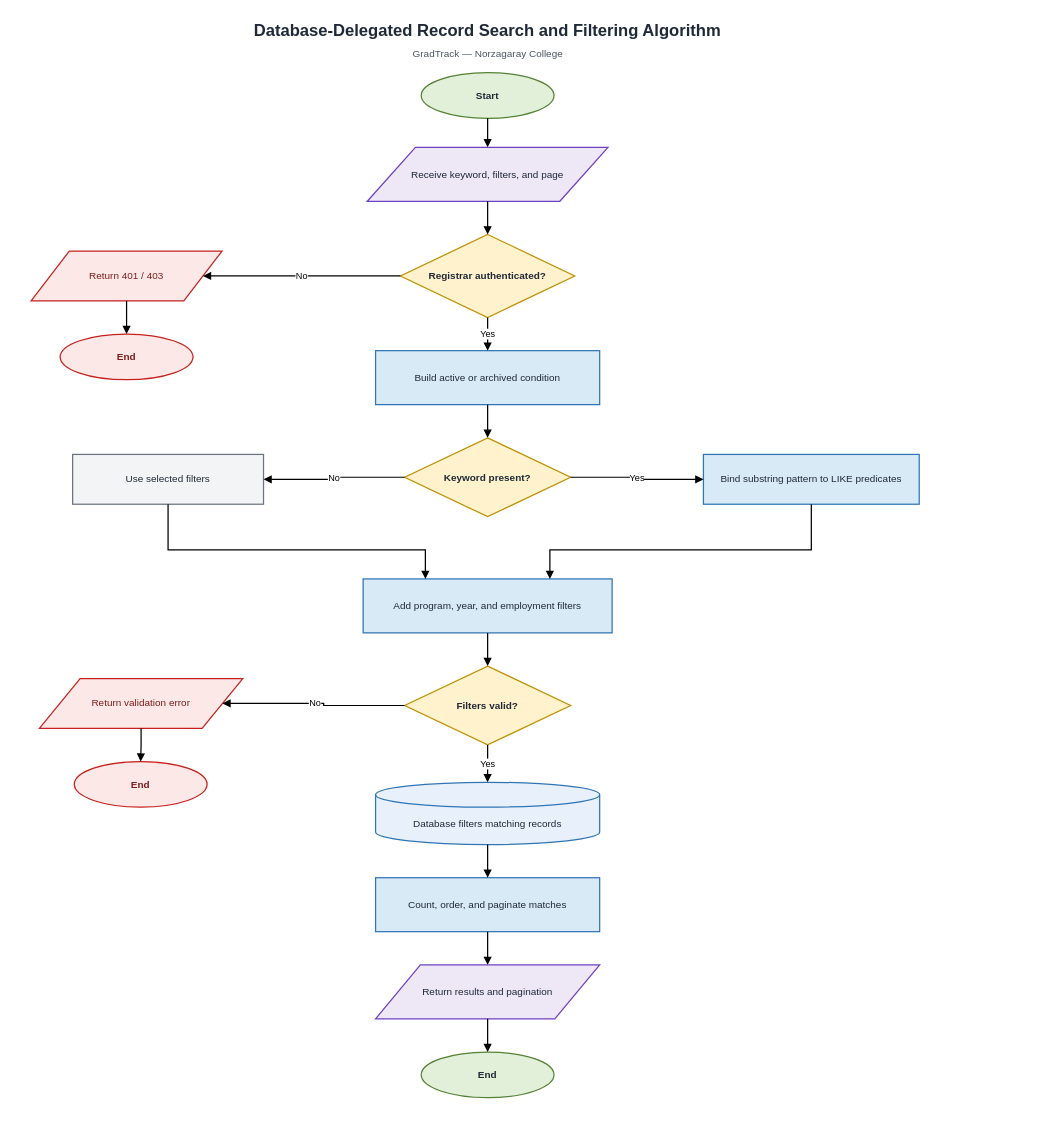
Above: page "02 - Linear Search" (2 of 9) of docs/flowcharts/GradTrack_System_Algorithms.drawio in Dzp4ul/GradTrack (draw.io), before the change. Source tidied: cells renumbered, new cells numbered last; positions are measured from the earlier drawing's top-left corner, leaving out a move shared by most shapes. Both pictures are drawn from the tidied source at 83%, with x=0, y=0 at pixel (31, 14).
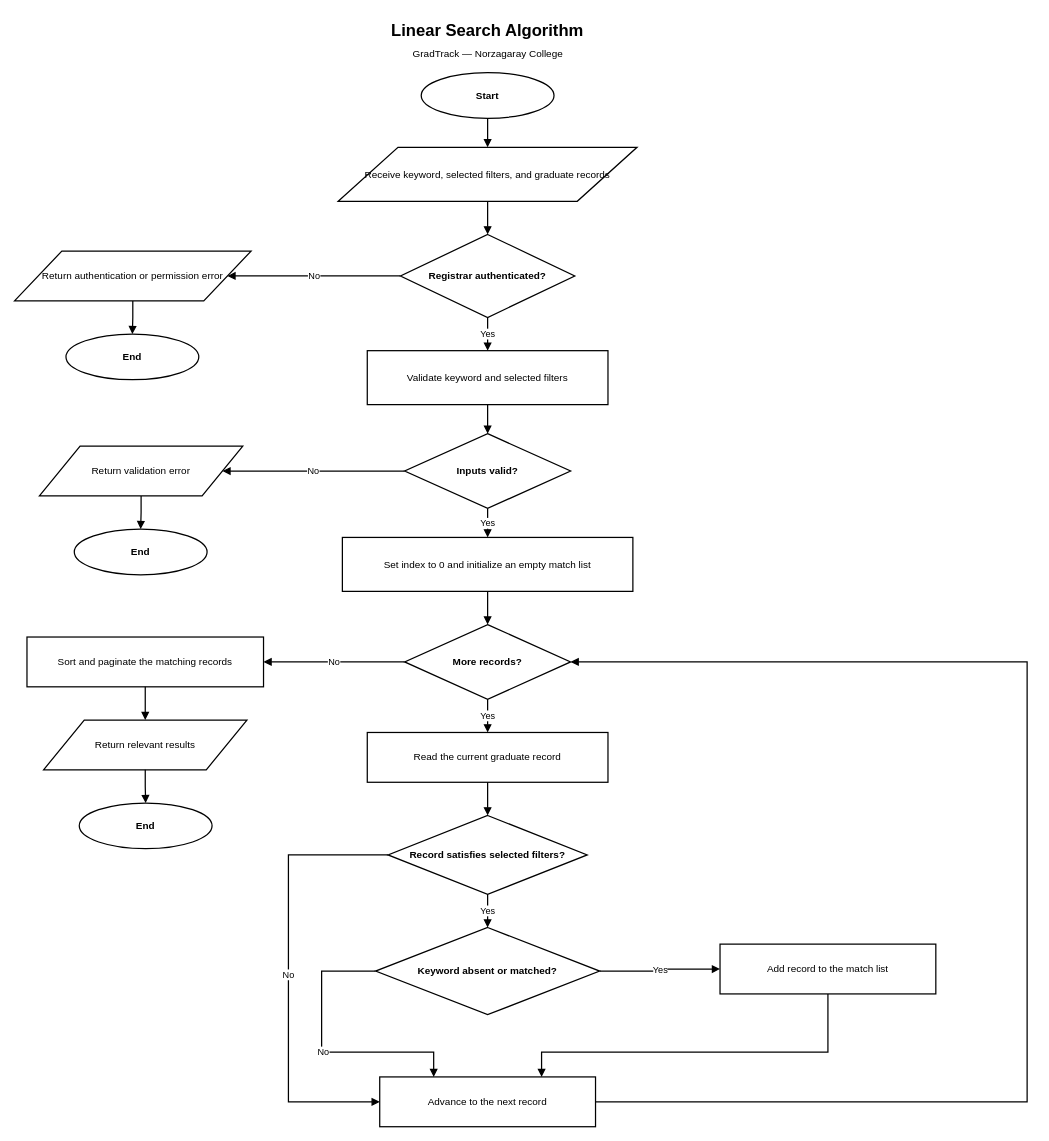
After the change.

The edit, as a diff of the source:
```diff
@@
-    <mxCell id="2" value="Database-Delegated Record Search and Filtering Algorithm" style="text;html=1;align=center;verticalAlign=middle;whiteSpace=wrap;fontFamily=Arial;fontSize=20;fontStyle=1;fontColor=#1F2937;" parent="1" vertex="1">
+    <mxCell id="2" value="Linear Search Algorithm" style="text;html=1;align=center;verticalAlign=middle;whiteSpace=wrap;fontFamily=Arial;fontSize=20;fontStyle=1;fontColor=#000000;" parent="1" vertex="1">
       <mxGeometry width="1100" height="35" as="geometry" />
     </mxCell>
-    <mxCell id="3" value="GradTrack — Norzagaray College" style="text;html=1;align=center;verticalAlign=middle;fontFamily=Arial;fontSize=12;fontColor=#4B5563;" parent="1" vertex="1">
+    <mxCell id="3" value="GradTrack — Norzagaray College" style="text;html=1;align=center;verticalAlign=middle;fontFamily=Arial;fontSize=12;fontColor=#000000;" parent="1" vertex="1">
       <mxGeometry x="350" y="35" width="400" height="25" as="geometry" />
     </mxCell>
-    <mxCell id="4" value="Start" style="ellipse;whiteSpace=wrap;html=1;fillColor=#E2F0D9;strokeColor=#548235;strokeWidth=1.5;fontFamily=Arial;fontSize=12;fontStyle=1;fontColor=#1F2937;" parent="1" vertex="1">
+    <mxCell id="4" value="Start" style="ellipse;whiteSpace=wrap;html=1;fillColor=#FFFFFF;strokeColor=#000000;strokeWidth=1.5;fontFamily=Arial;fontSize=12;fontStyle=1;fontColor=#000000;" parent="1" vertex="1">
       <mxGeometry x="470" y="70" width="160" height="55" as="geometry" />
     </mxCell>
-    <mxCell id="5" value="Receive keyword, filters, and page" style="shape=parallelogram;perimeter=parallelogramPerimeter;whiteSpace=wrap;html=1;fillColor=#EDE7F6;strokeColor=#6F42C1;strokeWidth=1.5;fontFamily=Arial;fontSize=12;fontColor=#1F2937;" parent="1" vertex="1">
-      <mxGeometry x="405" y="160" width="290" height="65" as="geometry" />
+    <mxCell id="5" value="Receive keyword, selected filters, and graduate records" style="shape=parallelogram;perimeter=parallelogramPerimeter;whiteSpace=wrap;html=1;fillColor=#FFFFFF;strokeColor=#000000;strokeWidth=1.5;fontFamily=Arial;fontSize=12;fontColor=#000000;" parent="1" vertex="1">
+      <mxGeometry x="370" y="160" width="360" height="65" as="geometry" />
     </mxCell>
-    <mxCell id="6" value="Registrar authenticated?" style="rhombus;whiteSpace=wrap;html=1;fillColor=#FFF2CC;strokeColor=#BF9000;strokeWidth=1.5;fontFamily=Arial;fontSize=12;fontStyle=1;fontColor=#1F2937;" parent="1" vertex="1">
+    <mxCell id="6" value="Registrar authenticated?" style="rhombus;whiteSpace=wrap;html=1;fillColor=#FFFFFF;strokeColor=#000000;strokeWidth=1.5;fontFamily=Arial;fontSize=12;fontStyle=1;fontColor=#000000;" parent="1" vertex="1">
       <mxGeometry x="445" y="265" width="210" height="100" as="geometry" />
     </mxCell>
-    <mxCell id="7" value="Return 401 / 403" style="shape=parallelogram;perimeter=parallelogramPerimeter;whiteSpace=wrap;html=1;fillColor=#FCE8E6;strokeColor=#C5221F;strokeWidth=1.5;fontFamily=Arial;fontSize=12;fontColor=#7F1D1D;" parent="1" vertex="1">
-      <mxGeometry y="285" width="230" height="60" as="geometry" />
+    <mxCell id="7" value="Return authentication or permission error" style="shape=parallelogram;perimeter=parallelogramPerimeter;whiteSpace=wrap;html=1;fillColor=#FFFFFF;strokeColor=#000000;strokeWidth=1.5;fontFamily=Arial;fontSize=12;fontColor=#000000;" parent="1" vertex="1">
+      <mxGeometry x="-20" y="285" width="285" height="60" as="geometry" />
     </mxCell>
-    <mxCell id="8" value="End" style="ellipse;whiteSpace=wrap;html=1;fillColor=#FCE8E6;strokeColor=#C5221F;strokeWidth=1.5;fontFamily=Arial;fontSize=12;fontStyle=1;fontColor=#7F1D1D;" parent="1" vertex="1">
-      <mxGeometry x="35" y="385" width="160" height="55" as="geometry" />
+    <mxCell id="8" value="End" style="ellipse;whiteSpace=wrap;html=1;fillColor=#FFFFFF;strokeColor=#000000;strokeWidth=1.5;fontFamily=Arial;fontSize=12;fontStyle=1;fontColor=#000000;" parent="1" vertex="1">
+      <mxGeometry x="42" y="385" width="160" height="55" as="geometry" />
     </mxCell>
-    <mxCell id="9" value="Build active or archived condition" style="rounded=0;whiteSpace=wrap;html=1;fillColor=#D9EAF7;strokeColor=#2F75B5;strokeWidth=1.5;fontFamily=Arial;fontSize=12;fontColor=#1F2937;" parent="1" vertex="1">
-      <mxGeometry x="415" y="405" width="270" height="65" as="geometry" />
-    </mxCell>
-    <mxCell id="10" value="Keyword present?" style="rhombus;whiteSpace=wrap;html=1;fillColor=#FFF2CC;strokeColor=#BF9000;strokeWidth=1.5;fontFamily=Arial;fontSize=12;fontStyle=1;fontColor=#1F2937;" parent="1" vertex="1">
-      <mxGeometry x="450" y="510" width="200" height="95" as="geometry" />
-    </mxCell>
-    <mxCell id="11" value="Use selected filters" style="rounded=0;whiteSpace=wrap;html=1;fillColor=#F3F4F6;strokeColor=#6B7280;strokeWidth=1.5;fontFamily=Arial;fontSize=12;fontColor=#1F2937;" parent="1" vertex="1">
-      <mxGeometry x="50" y="530" width="230" height="60" as="geometry" />
-    </mxCell>
-    <mxCell id="12" value="Bind substring pattern to LIKE predicates" style="rounded=0;whiteSpace=wrap;html=1;fillColor=#D9EAF7;strokeColor=#2F75B5;strokeWidth=1.5;fontFamily=Arial;fontSize=12;fontColor=#1F2937;" parent="1" vertex="1">
-      <mxGeometry x="810" y="530" width="260" height="60" as="geometry" />
-    </mxCell>
-    <mxCell id="13" value="Add program, year, and employment filters" style="rounded=0;whiteSpace=wrap;html=1;fillColor=#D9EAF7;strokeColor=#2F75B5;strokeWidth=1.5;fontFamily=Arial;fontSize=12;fontColor=#1F2937;" parent="1" vertex="1">
-      <mxGeometry x="400" y="680" width="300" height="65" as="geometry" />
-    </mxCell>
+    <mxCell id="38" value="Validate keyword and selected filters" style="rounded=0;whiteSpace=wrap;html=1;fillColor=#FFFFFF;strokeColor=#000000;strokeWidth=1.5;fontFamily=Arial;fontSize=12;fontColor=#000000;" parent="1" vertex="1">
+      <mxGeometry x="405" y="405" width="290" height="65" as="geometry" />
+    </mxCell>
-    <mxCell id="14" value="Filters valid?" style="rhombus;whiteSpace=wrap;html=1;fillColor=#FFF2CC;strokeColor=#BF9000;strokeWidth=1.5;fontFamily=Arial;fontSize=12;fontStyle=1;fontColor=#1F2937;" parent="1" vertex="1">
-      <mxGeometry x="450" y="785" width="200" height="95" as="geometry" />
+    <mxCell id="14" value="Inputs valid?" style="rhombus;whiteSpace=wrap;html=1;fillColor=#FFFFFF;strokeColor=#000000;strokeWidth=1.5;fontFamily=Arial;fontSize=12;fontStyle=1;fontColor=#000000;" parent="1" vertex="1">
+      <mxGeometry x="450" y="505" width="200" height="90" as="geometry" />
     </mxCell>
-    <mxCell id="15" value="Return validation error" style="shape=parallelogram;perimeter=parallelogramPerimeter;whiteSpace=wrap;html=1;fillColor=#FCE8E6;strokeColor=#C5221F;strokeWidth=1.5;fontFamily=Arial;fontSize=12;fontColor=#7F1D1D;" parent="1" vertex="1">
-      <mxGeometry x="10" y="800" width="245" height="60" as="geometry" />
+    <mxCell id="15" value="Return validation error" style="shape=parallelogram;perimeter=parallelogramPerimeter;whiteSpace=wrap;html=1;fillColor=#FFFFFF;strokeColor=#000000;strokeWidth=1.5;fontFamily=Arial;fontSize=12;fontColor=#000000;" parent="1" vertex="1">
+      <mxGeometry x="10" y="520" width="245" height="60" as="geometry" />
     </mxCell>
-    <mxCell id="16" value="End" style="ellipse;whiteSpace=wrap;html=1;fillColor=#FCE8E6;strokeColor=#C5221F;strokeWidth=1.5;fontFamily=Arial;fontSize=12;fontStyle=1;fontColor=#7F1D1D;" parent="1" vertex="1">
-      <mxGeometry x="52" y="900" width="160" height="55" as="geometry" />
+    <mxCell id="16" value="End" style="ellipse;whiteSpace=wrap;html=1;fillColor=#FFFFFF;strokeColor=#000000;strokeWidth=1.5;fontFamily=Arial;fontSize=12;fontStyle=1;fontColor=#000000;" parent="1" vertex="1">
+      <mxGeometry x="52" y="620" width="160" height="55" as="geometry" />
     </mxCell>
-    <mxCell id="17" value="Database filters matching records" style="shape=cylinder3;whiteSpace=wrap;html=1;boundedLbl=1;backgroundOutline=1;fillColor=#E8F1FB;strokeColor=#2F75B5;strokeWidth=1.5;fontFamily=Arial;fontSize=12;fontColor=#1F2937;" parent="1" vertex="1">
-      <mxGeometry x="415" y="925" width="270" height="75" as="geometry" />
-    </mxCell>
-    <mxCell id="18" value="Count, order, and paginate matches" style="rounded=0;whiteSpace=wrap;html=1;fillColor=#D9EAF7;strokeColor=#2F75B5;strokeWidth=1.5;fontFamily=Arial;fontSize=12;fontColor=#1F2937;" parent="1" vertex="1">
-      <mxGeometry x="415" y="1040" width="270" height="65" as="geometry" />
-    </mxCell>
+    <mxCell id="39" value="Set index to 0 and initialize an empty match list" style="rounded=0;whiteSpace=wrap;html=1;fillColor=#FFFFFF;strokeColor=#000000;strokeWidth=1.5;fontFamily=Arial;fontSize=12;fontColor=#000000;" parent="1" vertex="1">
+      <mxGeometry x="375" y="630" width="350" height="65" as="geometry" />
+    </mxCell>
+    <mxCell id="40" value="More records?" style="rhombus;whiteSpace=wrap;html=1;fillColor=#FFFFFF;strokeColor=#000000;strokeWidth=1.5;fontFamily=Arial;fontSize=12;fontStyle=1;fontColor=#000000;" parent="1" vertex="1">
+      <mxGeometry x="450" y="735" width="200" height="90" as="geometry" />
+    </mxCell>
+    <mxCell id="41" value="Sort and paginate the matching records" style="rounded=0;whiteSpace=wrap;html=1;fillColor=#FFFFFF;strokeColor=#000000;strokeWidth=1.5;fontFamily=Arial;fontSize=12;fontColor=#000000;" parent="1" vertex="1">
+      <mxGeometry x="-5" y="750" width="285" height="60" as="geometry" />
+    </mxCell>
-    <mxCell id="19" value="Return results and pagination" style="shape=parallelogram;perimeter=parallelogramPerimeter;whiteSpace=wrap;html=1;fillColor=#EDE7F6;strokeColor=#6F42C1;strokeWidth=1.5;fontFamily=Arial;fontSize=12;fontColor=#1F2937;" parent="1" vertex="1">
-      <mxGeometry x="415" y="1145" width="270" height="65" as="geometry" />
+    <mxCell id="19" value="Return relevant results" style="shape=parallelogram;perimeter=parallelogramPerimeter;whiteSpace=wrap;html=1;fillColor=#FFFFFF;strokeColor=#000000;strokeWidth=1.5;fontFamily=Arial;fontSize=12;fontColor=#000000;" parent="1" vertex="1">
+      <mxGeometry x="15" y="850" width="245" height="60" as="geometry" />
     </mxCell>
-    <mxCell id="20" value="End" style="ellipse;whiteSpace=wrap;html=1;fillColor=#E2F0D9;strokeColor=#548235;strokeWidth=1.5;fontFamily=Arial;fontSize=12;fontStyle=1;fontColor=#1F2937;" parent="1" vertex="1">
-      <mxGeometry x="470" y="1250" width="160" height="55" as="geometry" />
+    <mxCell id="20" value="End" style="ellipse;whiteSpace=wrap;html=1;fillColor=#FFFFFF;strokeColor=#000000;strokeWidth=1.5;fontFamily=Arial;fontSize=12;fontStyle=1;fontColor=#000000;" parent="1" vertex="1">
+      <mxGeometry x="58" y="950" width="160" height="55" as="geometry" />
     </mxCell>
+    <mxCell id="42" value="Read the current graduate record" style="rounded=0;whiteSpace=wrap;html=1;fillColor=#FFFFFF;strokeColor=#000000;strokeWidth=1.5;fontFamily=Arial;fontSize=12;fontColor=#000000;" parent="1" vertex="1">
+      <mxGeometry x="405" y="865" width="290" height="60" as="geometry" />
+    </mxCell>
+    <mxCell id="43" value="Record satisfies selected filters?" style="rhombus;whiteSpace=wrap;html=1;fillColor=#FFFFFF;strokeColor=#000000;strokeWidth=1.5;fontFamily=Arial;fontSize=12;fontStyle=1;fontColor=#000000;" parent="1" vertex="1">
+      <mxGeometry x="430" y="965" width="240" height="95" as="geometry" />
+    </mxCell>
+    <mxCell id="10" value="Keyword absent or matched?" style="rhombus;whiteSpace=wrap;html=1;fillColor=#FFFFFF;strokeColor=#000000;strokeWidth=1.5;fontFamily=Arial;fontSize=12;fontStyle=1;fontColor=#000000;" parent="1" vertex="1">
+      <mxGeometry x="415" y="1100" width="270" height="105" as="geometry" />
+    </mxCell>
+    <mxCell id="13" value="Add record to the match list" style="rounded=0;whiteSpace=wrap;html=1;fillColor=#FFFFFF;strokeColor=#000000;strokeWidth=1.5;fontFamily=Arial;fontSize=12;fontColor=#000000;" parent="1" vertex="1">
+      <mxGeometry x="830" y="1120" width="260" height="60" as="geometry" />
+    </mxCell>
+    <mxCell id="44" value="Advance to the next record" style="rounded=0;whiteSpace=wrap;html=1;fillColor=#FFFFFF;strokeColor=#000000;strokeWidth=1.5;fontFamily=Arial;fontSize=12;fontColor=#000000;" parent="1" vertex="1">
+      <mxGeometry x="420" y="1280" width="260" height="60" as="geometry" />
+    </mxCell>
@@
-    <mxCell id="25" value="Yes" style="edgeStyle=orthogonalEdgeStyle;rounded=0;jettySize=auto;html=1;endArrow=block;endFill=1;strokeWidth=1.5;fontFamily=Arial;fontSize=11;labelBackgroundColor=#FFFFFF;exitX=0.5;exitY=1;entryX=0.5;entryY=0;" parent="1" edge="1" source="6" target="9">
+    <mxCell id="25" value="Yes" style="edgeStyle=orthogonalEdgeStyle;rounded=0;jettySize=auto;html=1;endArrow=block;endFill=1;strokeWidth=1.5;fontFamily=Arial;fontSize=11;labelBackgroundColor=#FFFFFF;exitX=0.5;exitY=1;entryX=0.5;entryY=0;" parent="1" edge="1" source="6" target="38">
       <mxGeometry relative="1" as="geometry" />
     </mxCell>
-    <mxCell id="26" style="edgeStyle=orthogonalEdgeStyle;rounded=0;jettySize=auto;html=1;endArrow=block;endFill=1;strokeWidth=1.5;exitX=0.5;exitY=1;entryX=0.5;entryY=0;" parent="1" edge="1" source="9" target="10">
+    <mxCell id="26" style="edgeStyle=orthogonalEdgeStyle;rounded=0;jettySize=auto;html=1;endArrow=block;endFill=1;strokeWidth=1.5;exitX=0.5;exitY=1;entryX=0.5;entryY=0;" parent="1" edge="1" source="38" target="14">
       <mxGeometry relative="1" as="geometry" />
     </mxCell>
-    <mxCell id="27" value="No" style="edgeStyle=orthogonalEdgeStyle;rounded=0;jettySize=auto;html=1;endArrow=block;endFill=1;strokeWidth=1.5;fontFamily=Arial;fontSize=11;labelBackgroundColor=#FFFFFF;exitX=0;exitY=0.5;entryX=1;entryY=0.5;" parent="1" edge="1" source="10" target="11">
+    <mxCell id="27" value="No" style="edgeStyle=orthogonalEdgeStyle;rounded=0;jettySize=auto;html=1;endArrow=block;endFill=1;strokeWidth=1.5;fontFamily=Arial;fontSize=11;labelBackgroundColor=#FFFFFF;exitX=0;exitY=0.5;entryX=1;entryY=0.5;" parent="1" edge="1" source="14" target="15">
       <mxGeometry relative="1" as="geometry" />
     </mxCell>
-    <mxCell id="28" value="Yes" style="edgeStyle=orthogonalEdgeStyle;rounded=0;jettySize=auto;html=1;endArrow=block;endFill=1;strokeWidth=1.5;fontFamily=Arial;fontSize=11;labelBackgroundColor=#FFFFFF;exitX=1;exitY=0.5;entryX=0;entryY=0.5;" parent="1" edge="1" source="10" target="12">
+    <mxCell id="28" style="edgeStyle=orthogonalEdgeStyle;rounded=0;jettySize=auto;html=1;endArrow=block;endFill=1;strokeWidth=1.5;exitX=0.5;exitY=1;entryX=0.5;entryY=0;" parent="1" edge="1" source="15" target="16">
       <mxGeometry relative="1" as="geometry" />
     </mxCell>
-    <mxCell id="29" style="edgeStyle=orthogonalEdgeStyle;rounded=0;jettySize=auto;html=1;endArrow=block;endFill=1;strokeWidth=1.5;exitX=0.5;exitY=1;entryX=0.25;entryY=0;" parent="1" edge="1" source="11" target="13">
-      <mxGeometry relative="1" as="geometry">
-        <Array as="points">
-          <mxPoint x="165" y="645" />
-          <mxPoint x="475" y="645" />
-        </Array>
-      </mxGeometry>
+    <mxCell id="29" value="Yes" style="edgeStyle=orthogonalEdgeStyle;rounded=0;jettySize=auto;html=1;endArrow=block;endFill=1;strokeWidth=1.5;fontFamily=Arial;fontSize=11;labelBackgroundColor=#FFFFFF;exitX=0.5;exitY=1;entryX=0.5;entryY=0;" parent="1" edge="1" source="14" target="39">
+      <mxGeometry relative="1" as="geometry" />
     </mxCell>
-    <mxCell id="30" style="edgeStyle=orthogonalEdgeStyle;rounded=0;jettySize=auto;html=1;endArrow=block;endFill=1;strokeWidth=1.5;exitX=0.5;exitY=1;entryX=0.75;entryY=0;" parent="1" edge="1" source="12" target="13">
-      <mxGeometry relative="1" as="geometry">
-        <Array as="points">
-          <mxPoint x="940" y="645" />
-          <mxPoint x="625" y="645" />
-        </Array>
-      </mxGeometry>
+    <mxCell id="30" style="edgeStyle=orthogonalEdgeStyle;rounded=0;jettySize=auto;html=1;endArrow=block;endFill=1;strokeWidth=1.5;exitX=0.5;exitY=1;entryX=0.5;entryY=0;" parent="1" edge="1" source="39" target="40">
+      <mxGeometry relative="1" as="geometry" />
     </mxCell>
-    <mxCell id="31" style="edgeStyle=orthogonalEdgeStyle;rounded=0;jettySize=auto;html=1;endArrow=block;endFill=1;strokeWidth=1.5;exitX=0.5;exitY=1;entryX=0.5;entryY=0;" parent="1" edge="1" source="13" target="14">
+    <mxCell id="31" value="No" style="edgeStyle=orthogonalEdgeStyle;rounded=0;jettySize=auto;html=1;endArrow=block;endFill=1;strokeWidth=1.5;fontFamily=Arial;fontSize=11;labelBackgroundColor=#FFFFFF;exitX=0;exitY=0.5;entryX=1;entryY=0.5;" parent="1" edge="1" source="40" target="41">
       <mxGeometry relative="1" as="geometry" />
     </mxCell>
-    <mxCell id="32" value="No" style="edgeStyle=orthogonalEdgeStyle;rounded=0;jettySize=auto;html=1;endArrow=block;endFill=1;strokeWidth=1.5;fontFamily=Arial;fontSize=11;labelBackgroundColor=#FFFFFF;exitX=0;exitY=0.5;entryX=1;entryY=0.5;" parent="1" edge="1" source="14" target="15">
+    <mxCell id="32" style="edgeStyle=orthogonalEdgeStyle;rounded=0;jettySize=auto;html=1;endArrow=block;endFill=1;strokeWidth=1.5;exitX=0.5;exitY=1;entryX=0.5;entryY=0;" parent="1" edge="1" source="41" target="19">
       <mxGeometry relative="1" as="geometry" />
     </mxCell>
-    <mxCell id="33" style="edgeStyle=orthogonalEdgeStyle;rounded=0;jettySize=auto;html=1;endArrow=block;endFill=1;strokeWidth=1.5;exitX=0.5;exitY=1;entryX=0.5;entryY=0;" parent="1" edge="1" source="15" target="16">
+    <mxCell id="33" style="edgeStyle=orthogonalEdgeStyle;rounded=0;jettySize=auto;html=1;endArrow=block;endFill=1;strokeWidth=1.5;exitX=0.5;exitY=1;entryX=0.5;entryY=0;" parent="1" edge="1" source="19" target="20">
       <mxGeometry relative="1" as="geometry" />
     </mxCell>
-    <mxCell id="34" value="Yes" style="edgeStyle=orthogonalEdgeStyle;rounded=0;jettySize=auto;html=1;endArrow=block;endFill=1;strokeWidth=1.5;fontFamily=Arial;fontSize=11;labelBackgroundColor=#FFFFFF;exitX=0.5;exitY=1;entryX=0.5;entryY=0;" parent="1" edge="1" source="14" target="17">
+    <mxCell id="34" value="Yes" style="edgeStyle=orthogonalEdgeStyle;rounded=0;jettySize=auto;html=1;endArrow=block;endFill=1;strokeWidth=1.5;fontFamily=Arial;fontSize=11;labelBackgroundColor=#FFFFFF;exitX=0.5;exitY=1;entryX=0.5;entryY=0;" parent="1" edge="1" source="40" target="42">
       <mxGeometry relative="1" as="geometry" />
     </mxCell>
-    <mxCell id="35" style="edgeStyle=orthogonalEdgeStyle;rounded=0;jettySize=auto;html=1;endArrow=block;endFill=1;strokeWidth=1.5;exitX=0.5;exitY=1;entryX=0.5;entryY=0;" parent="1" edge="1" source="17" target="18">
+    <mxCell id="35" style="edgeStyle=orthogonalEdgeStyle;rounded=0;jettySize=auto;html=1;endArrow=block;endFill=1;strokeWidth=1.5;exitX=0.5;exitY=1;entryX=0.5;entryY=0;" parent="1" edge="1" source="42" target="43">
       <mxGeometry relative="1" as="geometry" />
     </mxCell>
-    <mxCell id="36" style="edgeStyle=orthogonalEdgeStyle;rounded=0;jettySize=auto;html=1;endArrow=block;endFill=1;strokeWidth=1.5;exitX=0.5;exitY=1;entryX=0.5;entryY=0;" parent="1" edge="1" source="18" target="19">
+    <mxCell id="36" value="Yes" style="edgeStyle=orthogonalEdgeStyle;rounded=0;jettySize=auto;html=1;endArrow=block;endFill=1;strokeWidth=1.5;fontFamily=Arial;fontSize=11;labelBackgroundColor=#FFFFFF;exitX=0.5;exitY=1;entryX=0.5;entryY=0;" parent="1" edge="1" source="43" target="10">
       <mxGeometry relative="1" as="geometry" />
     </mxCell>
-    <mxCell id="37" style="edgeStyle=orthogonalEdgeStyle;rounded=0;jettySize=auto;html=1;endArrow=block;endFill=1;strokeWidth=1.5;exitX=0.5;exitY=1;entryX=0.5;entryY=0;" parent="1" edge="1" source="19" target="20">
-      <mxGeometry relative="1" as="geometry" />
+    <mxCell id="37" value="No" style="edgeStyle=orthogonalEdgeStyle;rounded=0;jettySize=auto;html=1;endArrow=block;endFill=1;strokeWidth=1.5;fontFamily=Arial;fontSize=11;labelBackgroundColor=#FFFFFF;exitX=0;exitY=0.5;entryX=0;entryY=0.5;" parent="1" edge="1" source="43" target="44">
+      <mxGeometry relative="1" as="geometry">
+        <Array as="points">
+          <mxPoint x="310" y="1012" />
+          <mxPoint x="310" y="1310" />
+        </Array>
+      </mxGeometry>
     </mxCell>
+    <mxCell id="45" value="No" style="edgeStyle=orthogonalEdgeStyle;rounded=0;jettySize=auto;html=1;endArrow=block;endFill=1;strokeWidth=1.5;fontFamily=Arial;fontSize=11;labelBackgroundColor=#FFFFFF;exitX=0;exitY=0.5;entryX=0.25;entryY=0;" parent="1" edge="1" source="10" target="44">
+      <mxGeometry relative="1" as="geometry">
+        <Array as="points">
+          <mxPoint x="350" y="1152" />
+          <mxPoint x="350" y="1250" />
+          <mxPoint x="485" y="1250" />
+        </Array>
+      </mxGeometry>
+    </mxCell>
+    <mxCell id="46" value="Yes" style="edgeStyle=orthogonalEdgeStyle;rounded=0;jettySize=auto;html=1;endArrow=block;endFill=1;strokeWidth=1.5;fontFamily=Arial;fontSize=11;labelBackgroundColor=#FFFFFF;exitX=1;exitY=0.5;entryX=0;entryY=0.5;" parent="1" edge="1" source="10" target="13">
+      <mxGeometry relative="1" as="geometry" />
+    </mxCell>
+    <mxCell id="47" style="edgeStyle=orthogonalEdgeStyle;rounded=0;jettySize=auto;html=1;endArrow=block;endFill=1;strokeWidth=1.5;exitX=0.5;exitY=1;entryX=0.75;entryY=0;" parent="1" edge="1" source="13" target="44">
+      <mxGeometry relative="1" as="geometry">
+        <Array as="points">
+          <mxPoint x="960" y="1250" />
+          <mxPoint x="615" y="1250" />
+        </Array>
+      </mxGeometry>
+    </mxCell>
+    <mxCell id="48" style="edgeStyle=orthogonalEdgeStyle;rounded=0;jettySize=auto;html=1;endArrow=block;endFill=1;strokeWidth=1.5;exitX=1;exitY=0.5;entryX=1;entryY=0.5;" parent="1" edge="1" source="44" target="40">
+      <mxGeometry relative="1" as="geometry">
+        <Array as="points">
+          <mxPoint x="1200" y="1310" />
+          <mxPoint x="1200" y="780" />
+        </Array>
+      </mxGeometry>
+    </mxCell>
```
